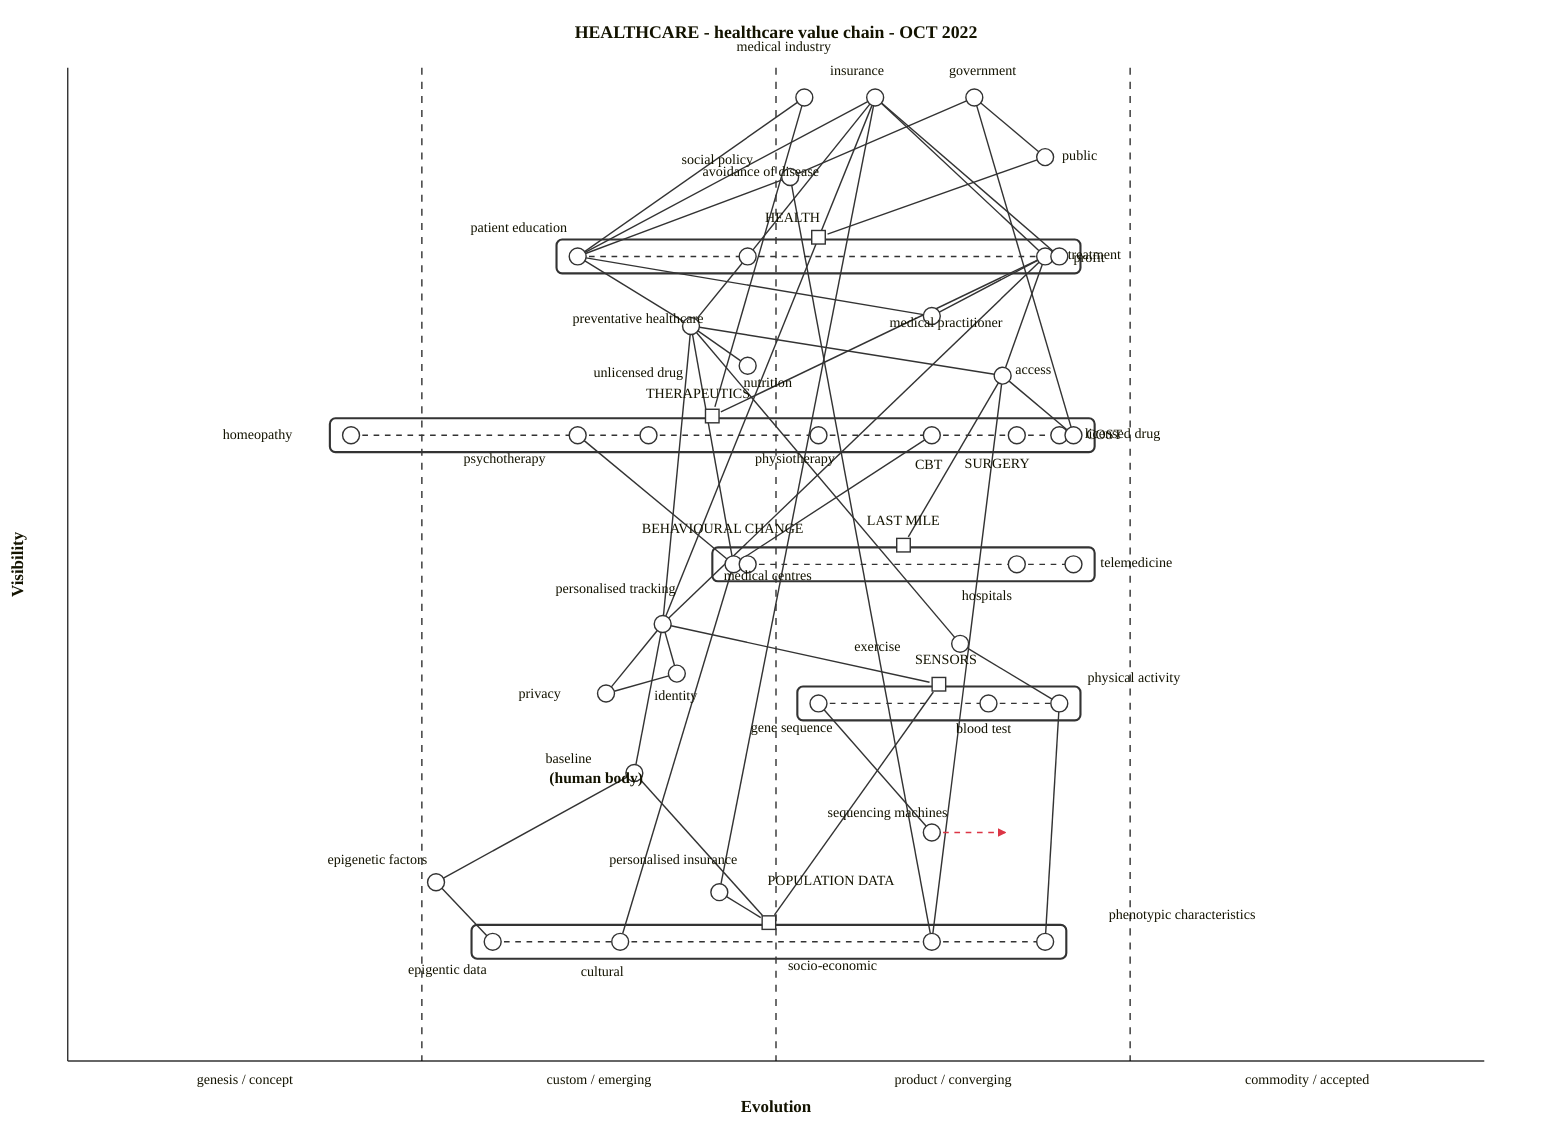
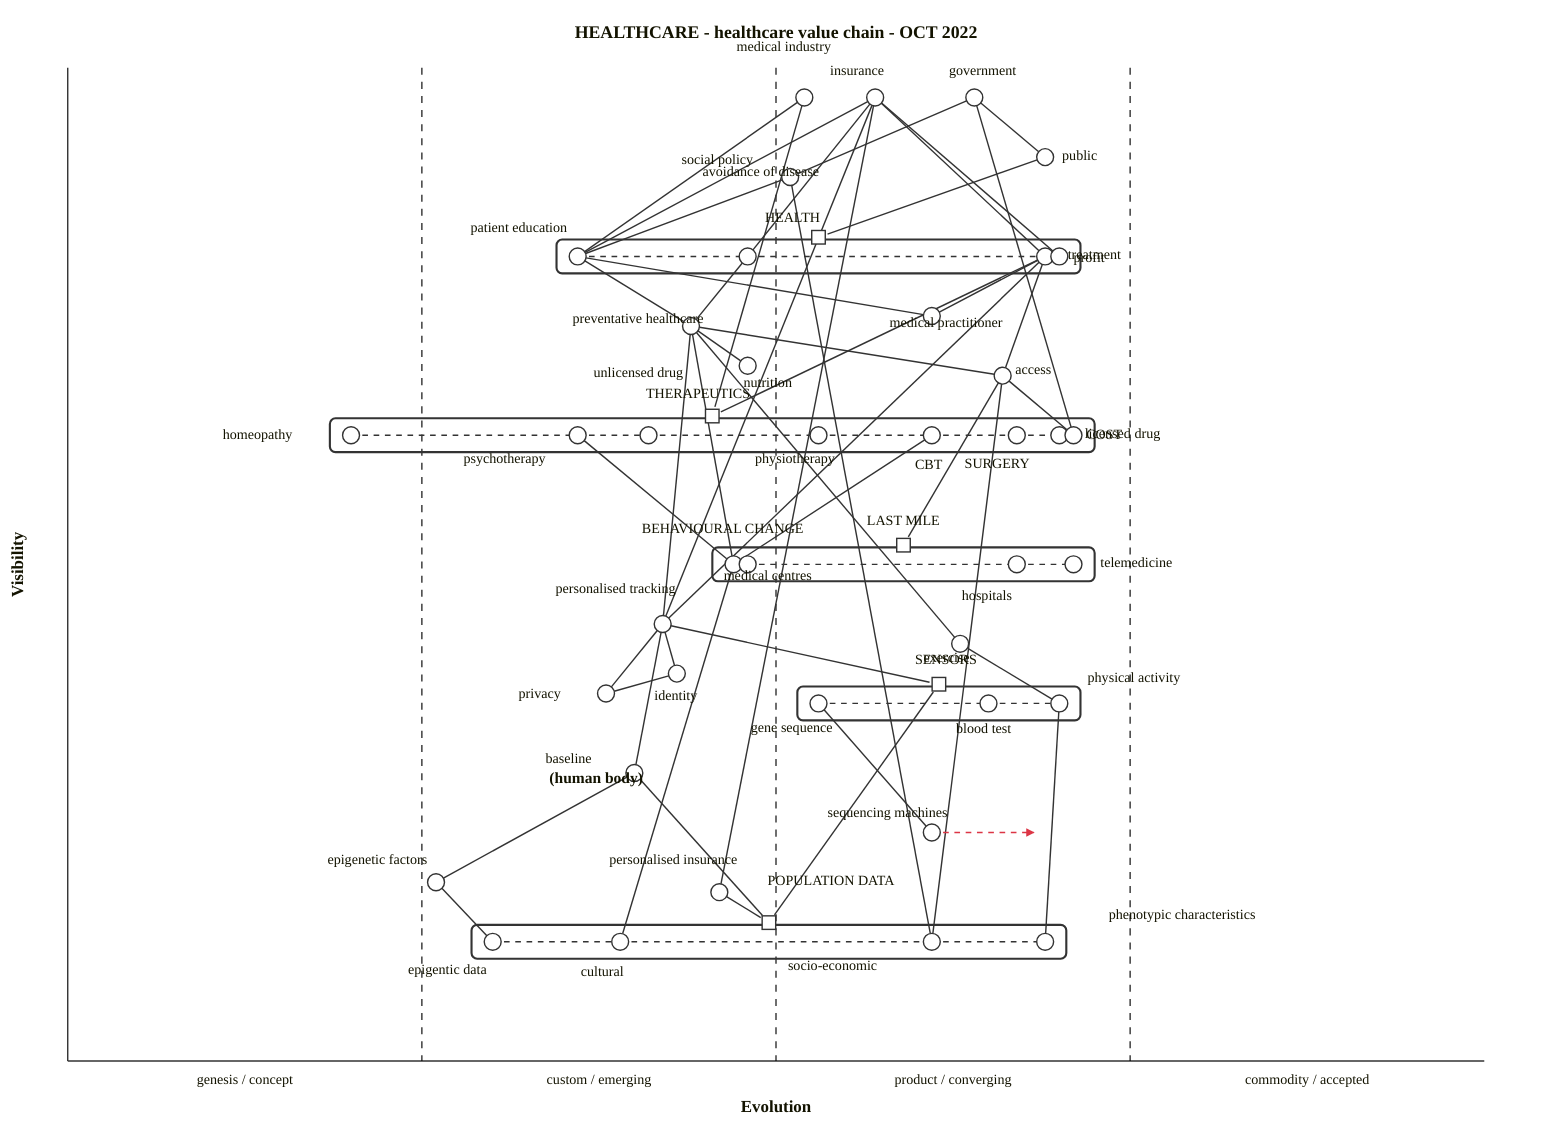
wardley-beta

title HEALTHCARE - healthcare value chain - OCT 2022
size [1100, 800]
evolution genesis / concept -> custom / emerging -> product / converging -> commodity / accepted

component government [0.97, 0.64] label [-18, -16]
component public [0.91, 0.69] label [12, 2]
component insurance [0.97, 0.57] label [-32, -16]
component HEALTH [0.81, 0.62] label [-38, -11]
pipeline HEALTH {
-   component patient education [0.36] label [-76, -17]
-   component avoidance of disease [0.48] label [-32, -57]
-   component treatment [0.69] label [16, 2]
-   component profit [0.7] label [10, 4]
+   component "patient education" [0.36] label [-76, -17]
+   component "avoidance of disease" [0.48] label [-32, -57]
+   component "treatment" [0.69] label [16, 2]
+   component "profit" [0.7] label [10, 4]
}

component preventative healthcare [0.74, 0.44] label [-84, -2]
component medical industry [0.97, 0.52] label [-48, -33]

component social policy [0.89, 0.51] label [-77, -9]

component personalised tracking [0.44, 0.42] label [-76, -22]

component SENSORS [0.36, 0.62] label [-17, -14]
pipeline SENSORS {
-   component gene sequence [0.53] label [-48, 20]
-   component blood test [0.65] label [-23, 21]
-   component physical activity [0.7] label [20, -15]
+   component "gene sequence" [0.53] label [-48, 20]
+   component "blood test" [0.65] label [-23, 21]
+   component "physical activity" [0.7] label [20, -15]
}

component baseline [0.29, 0.40] label [-63, -7]
note "(human body)" [0.28, 0.34]
component epigenetic factors [0.18, 0.26] label [-77, -13]

component POPULATION DATA [0.12, 0.53] label [-1, -27]
pipeline POPULATION DATA {
-   component epigentic data [0.3] label [-60, 23]
-   component cultural [0.39] label [-28, 24]
-   component socio-economic [0.61] label [-102, 20]
-   component phenotypic characteristics [0.69] label [45, -16]
+   component "epigentic data" [0.3] label [-60, 23]
+   component "cultural" [0.39] label [-28, 24]
+   component "socio-economic" [0.61] label [-102, 20]
+   component "phenotypic characteristics" [0.69] label [45, -16]
}

component personalised insurance [0.17, 0.46] label [-78, -20]

component sequencing machines [0.23, 0.61] label [-74, -11]
component privacy [0.37, 0.38] label [-62, 3]
component identity [0.39, 0.43] label [-16, 19]
component medical practitioner [0.75, 0.61] label [-30, 8]

component THERAPEUTICS [0.63, 0.61] label [-47, -13]
pipeline THERAPEUTICS {
-   component homeopathy [0.2] label [-91, 3]
-   component psychotherapy [0.36] label [-81, 20]
-   component unlicensed drug [0.41] label [-39, -41]
-   component physiotherapy [0.53] label [-45, 20]
-   component CBT [0.61] label [-12, 24]
-   component SURGERY [0.67] label [-37, 23]
-   component licensed drug [0.7] label [18, 2]
-   component COST [0.71] label [9, 3]
+   component "homeopathy" [0.2] label [-91, 3]
+   component "psychotherapy" [0.36] label [-81, 20]
+   component "unlicensed drug" [0.41] label [-39, -41]
+   component "physiotherapy" [0.53] label [-45, 20]
+   component "CBT" [0.61] label [-12, 24]
+   component "SURGERY" [0.67] label [-37, 23]
+   component "licensed drug" [0.7] label [18, 2]
+   component "COST" [0.71] label [9, 3]
}

component access [0.69, 0.66] label [9, -1]
component LAST MILE [0.50, 0.60] label [-26, -14]
pipeline LAST MILE {
-   component BEHAVIOURAL CHANGE [0.47] label [-65, -22]
-   component medical centres [0.48] label [-17, 11]
-   component hospitals [0.67] label [-39, 25]
-   component telemedicine [0.71] label [19, 2]
+   component "BEHAVIOURAL CHANGE" [0.47] label [-65, -22]
+   component "medical centres" [0.48] label [-17, 11]
+   component "hospitals" [0.67] label [-39, 25]
+   component "telemedicine" [0.71] label [19, 2]
}
- component exercise [0.42, 0.63] label [-75, 5]
+ component exercise [0.42, 0.63] label [-26, 13]
component nutrition [0.70, 0.48] label [-3, 15]
- evolve sequencing machines 0.67
+ evolve sequencing machines 0.69

public -> HEALTH
insurance -> profit
insurance -> personalised insurance
avoidance of disease -> preventative healthcare
preventative healthcare -> personalised tracking
personalised tracking -> privacy
personalised tracking -> baseline
baseline -> epigenetic factors
epigenetic factors -> epigentic data
personalised tracking -> SENSORS
gene sequence -> sequencing machines
physical activity -> phenotypic characteristics
SENSORS -> POPULATION DATA
baseline -> POPULATION DATA
personalised insurance -> POPULATION DATA
identity -> privacy
treatment -> medical practitioner
treatment -> access
access -> LAST MILE
preventative healthcare -> exercise
nutrition -> preventative healthcare
personalised tracking -> identity
public -> government
access -> COST
COST -> government
COST -> pharma
personalised tracking -> insurance
baseline -> values
values -> public
treatment -> personalised tracking
access -> preventative healthcare
preventative healthcare -> BEHAVIOURAL CHANGE
access -> socio-economic
BEHAVIOURAL CHANGE -> cultural
exercise -> physical activity
social policy -> government
social policy -> socio-economic
insurance -> treatment
treatment -> THERAPEUTICS
psychotherapy -> BEHAVIOURAL CHANGE
CBT -> BEHAVIOURAL CHANGE
insurance -> avoidance of disease
medical industry -> THERAPEUTICS
medical industry -> patient education
social policy -> patient education
medical practitioner -> patient education
insurance -> patient education
preventative healthcare -> patient education
- 
